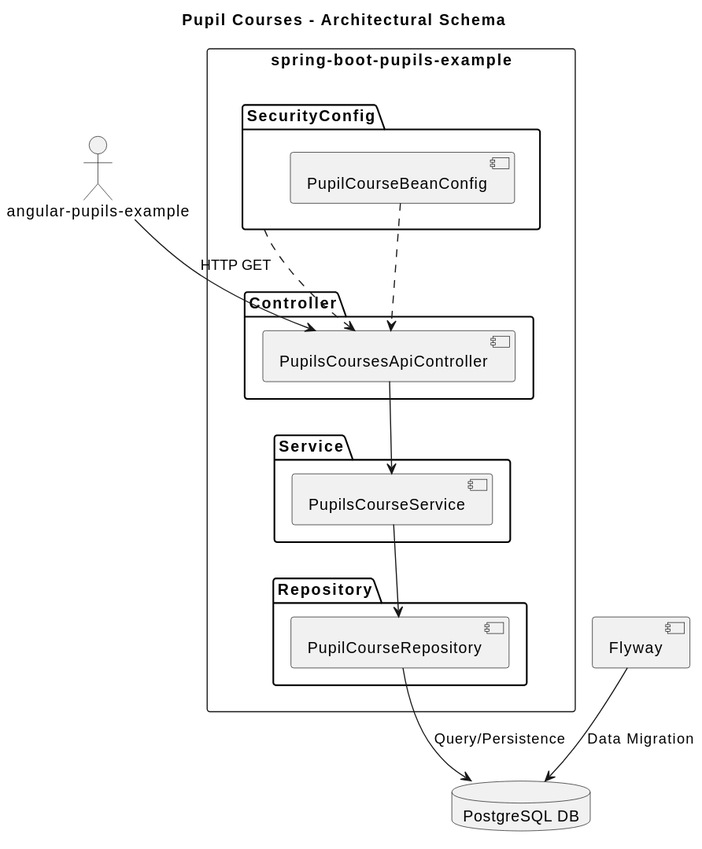
Above: docs/architecture/pupil-courses-angular-schema.svg in mmvillarte/spring-boot-pupils-example-api (PlantUML), before the change. Its diagram source:
```plantuml
@startuml
title Pupil Courses - Architectural Schema

actor Angular as "angular-pupils-example"

rectangle "spring-boot-pupils-example" {

  package Controller {
    component PupilsCoursesApiController
  }

  package Service {
    component PupilsCourseService
  }

  package Repository {
    component PupilCourseRepository
  }

  package SecurityConfig {
    component PupilCourseBeanConfig
  }

}

database "PostgreSQL DB" as db
component Flyway

Angular --> PupilsCoursesApiController : HTTP GET
PupilsCoursesApiController --> PupilsCourseService
PupilsCourseService --> PupilCourseRepository
PupilCourseRepository --> db : Query/Persistence
Flyway --> db : Data Migration
SecurityConfig ..> PupilsCoursesApiController
PupilCourseBeanConfig ..> PupilsCoursesApiController
@enduml
```
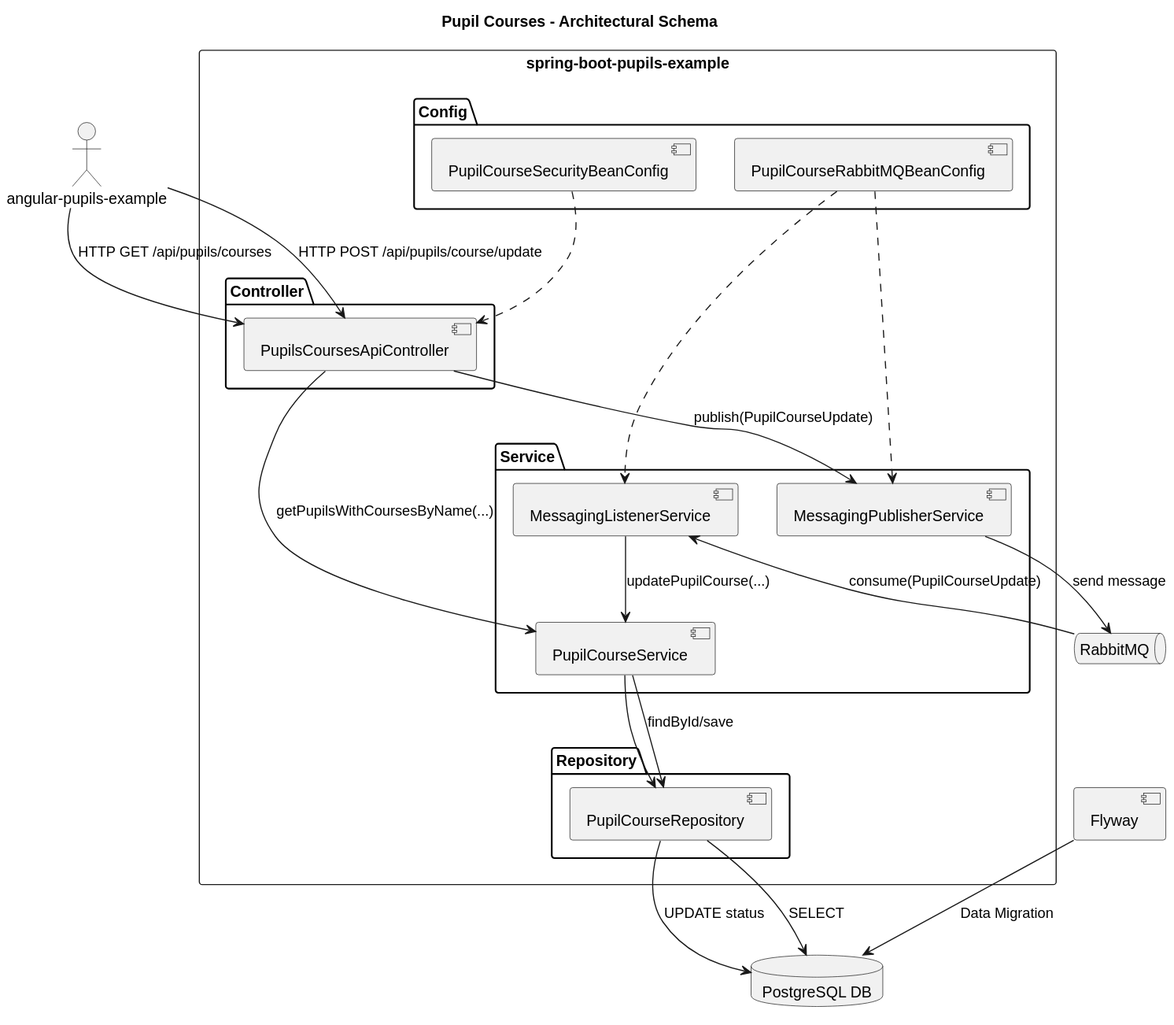
The same diagram one commit later.

Diff of the diagram source:
```diff
@@ -10,27 +10,40 @@
   }
 
   package Service {
-    component PupilsCourseService
+    component PupilCourseService
+    component MessagingPublisherService
+    component MessagingListenerService
   }
 
   package Repository {
     component PupilCourseRepository
   }
 
-  package SecurityConfig {
-    component PupilCourseBeanConfig
+  package Config {
+    component PupilCourseSecurityBeanConfig
+    component PupilCourseRabbitMQBeanConfig
   }
-
 }
 
+queue "RabbitMQ" as mq
 database "PostgreSQL DB" as db
 component Flyway
 
-Angular --> PupilsCoursesApiController : HTTP GET
-PupilsCoursesApiController --> PupilsCourseService
-PupilsCourseService --> PupilCourseRepository
-PupilCourseRepository --> db : Query/Persistence
+Angular --> PupilsCoursesApiController : HTTP GET /api/pupils/courses
+PupilsCoursesApiController --> PupilCourseService : getPupilsWithCoursesByName(...)
+PupilCourseService --> PupilCourseRepository
+PupilCourseRepository --> db : SELECT
+
+Angular --> PupilsCoursesApiController : HTTP POST /api/pupils/course/update
+PupilsCoursesApiController --> MessagingPublisherService : publish(PupilCourseUpdate)
+MessagingPublisherService --> mq : send message
+mq --> MessagingListenerService : consume(PupilCourseUpdate)
+MessagingListenerService --> PupilCourseService : updatePupilCourse(...)
+PupilCourseService --> PupilCourseRepository : findById/save
+PupilCourseRepository --> db : UPDATE status
+
 Flyway --> db : Data Migration
-SecurityConfig ..> PupilsCoursesApiController
-PupilCourseBeanConfig ..> PupilsCoursesApiController
+PupilCourseSecurityBeanConfig ..> PupilsCoursesApiController
+PupilCourseRabbitMQBeanConfig ..> MessagingPublisherService
+PupilCourseRabbitMQBeanConfig ..> MessagingListenerService
 @enduml
```
